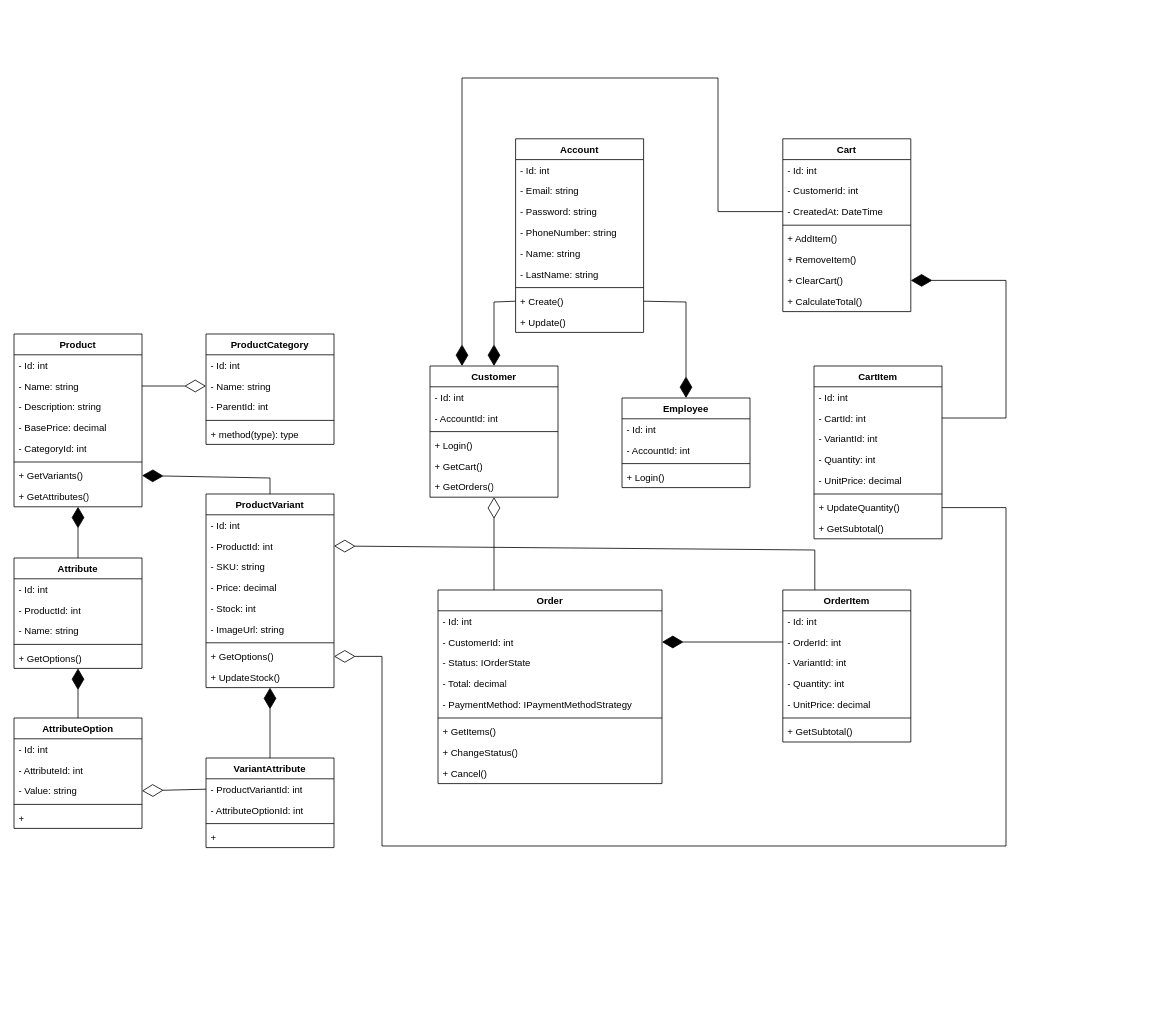
Francisco-Galea/Diagramas-y-Otros keeps this draw.io diagram as Ecommerce diagramm.drawio. Above is the earlier version. Source tidied: cells renumbered, new cells numbered last; positions are measured from the earlier drawing's top-left corner, leaving out a move shared by most shapes. Both pictures are drawn from the tidied source at 80%, with x=0, y=0 at pixel (14, 78).
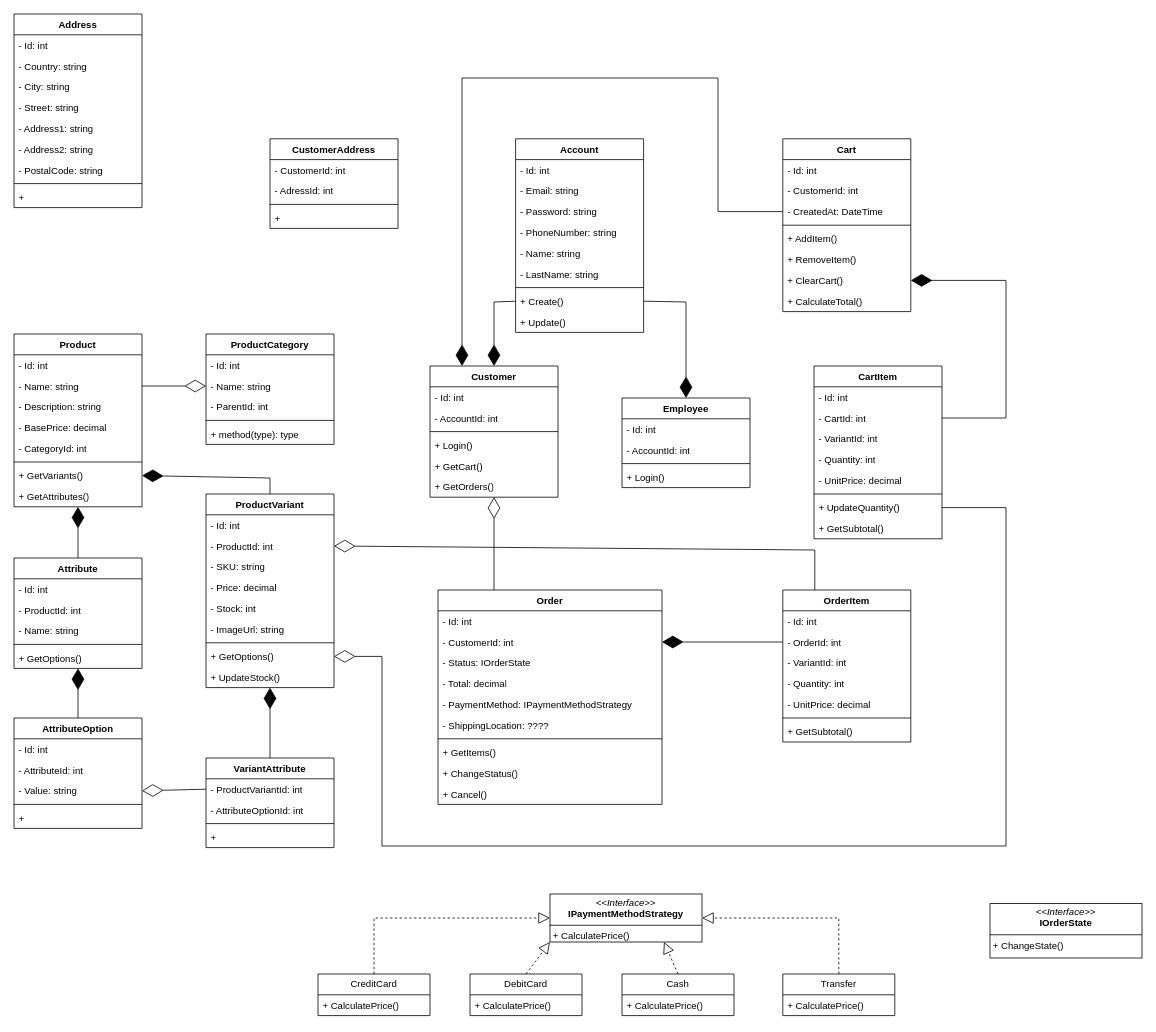
The same diagram, later.

The edit, as a diff of the source:
```diff
@@
     <mxCell id="90" value="Order" style="swimlane;fontStyle=1;align=center;verticalAlign=top;horizontal=1;startSize=26;whiteSpace=wrap;html=1;" parent="1" vertex="1">
-      <mxGeometry x="530" y="640" width="280" height="242" as="geometry" />
+      <mxGeometry x="530" y="640" width="280" height="268" as="geometry" />
     </mxCell>
@@
+    <mxCell id="116" value="- ShippingLocation: ????&amp;nbsp;" style="text;strokeColor=none;fillColor=none;align=left;verticalAlign=top;spacingLeft=4;spacingRight=4;overflow=hidden;whiteSpace=wrap;html=1;" parent="90" vertex="1">
+      <mxGeometry y="156" width="280" height="26" as="geometry" />
+    </mxCell>
     <mxCell id="96" style="line;strokeWidth=1;fillColor=none;align=left;verticalAlign=middle;spacingTop=-1;spacingLeft=3;spacingRight=3;labelPosition=right;strokeColor=inherit;" parent="90" vertex="1">
-      <mxGeometry y="156" width="280" height="8" as="geometry" />
+      <mxGeometry y="182" width="280" height="8" as="geometry" />
     </mxCell>
     <mxCell id="97" value="+ GetItems()" style="text;strokeColor=none;fillColor=none;align=left;verticalAlign=top;spacingLeft=4;spacingRight=4;overflow=hidden;whiteSpace=wrap;html=1;" parent="90" vertex="1">
-      <mxGeometry y="164" width="280" height="26" as="geometry" />
+      <mxGeometry y="190" width="280" height="26" as="geometry" />
     </mxCell>
     <mxCell id="98" value="+ ChangeStatus()" style="text;strokeColor=none;fillColor=none;align=left;verticalAlign=top;spacingLeft=4;spacingRight=4;overflow=hidden;whiteSpace=wrap;html=1;" parent="90" vertex="1">
-      <mxGeometry y="190" width="280" height="26" as="geometry" />
+      <mxGeometry y="216" width="280" height="26" as="geometry" />
     </mxCell>
     <mxCell id="99" value="+ Cancel()" style="text;strokeColor=none;fillColor=none;align=left;verticalAlign=top;spacingLeft=4;spacingRight=4;overflow=hidden;whiteSpace=wrap;html=1;" parent="90" vertex="1">
-      <mxGeometry y="216" width="280" height="26" as="geometry" />
+      <mxGeometry y="242" width="280" height="26" as="geometry" />
     </mxCell>
@@
+    <mxCell id="117" value="&lt;p style=&quot;margin:0px;margin-top:4px;text-align:center;&quot;&gt;&lt;i&gt;&amp;lt;&amp;lt;Interface&amp;gt;&amp;gt;&lt;/i&gt;&lt;br&gt;&lt;b&gt;IPaymentMethodStrategy&lt;/b&gt;&lt;/p&gt;&lt;hr size=&quot;1&quot; style=&quot;border-style:solid;&quot;&gt;&lt;p style=&quot;margin:0px;margin-left:4px;&quot;&gt;+ CalculatePrice()&lt;/p&gt;" style="verticalAlign=top;align=left;overflow=fill;html=1;whiteSpace=wrap;" parent="1" vertex="1">
+      <mxGeometry x="670" y="1020" width="190" height="60" as="geometry" />
+    </mxCell>
+    <mxCell id="118" value="CreditCard" style="swimlane;fontStyle=0;horizontal=1;startSize=26;fillColor=none;whiteSpace=wrap;html=1;" parent="1" vertex="1">
+      <mxGeometry x="380" y="1120" width="140" height="52" as="geometry" />
+    </mxCell>
+    <mxCell id="119" value="+ CalculatePrice()" style="text;strokeColor=none;fillColor=none;align=left;verticalAlign=top;spacingLeft=4;spacingRight=4;overflow=hidden;whiteSpace=wrap;html=1;" parent="118" vertex="1">
+      <mxGeometry y="26" width="140" height="26" as="geometry" />
+    </mxCell>
+    <mxCell id="120" value="DebitCard" style="swimlane;fontStyle=0;horizontal=1;startSize=26;fillColor=none;whiteSpace=wrap;html=1;" parent="1" vertex="1">
+      <mxGeometry x="570" y="1120" width="140" height="52" as="geometry" />
+    </mxCell>
+    <mxCell id="121" value="+ CalculatePrice()" style="text;strokeColor=none;fillColor=none;align=left;verticalAlign=top;spacingLeft=4;spacingRight=4;overflow=hidden;whiteSpace=wrap;html=1;" parent="120" vertex="1">
+      <mxGeometry y="26" width="140" height="26" as="geometry" />
+    </mxCell>
+    <mxCell id="122" value="Cash" style="swimlane;fontStyle=0;horizontal=1;startSize=26;fillColor=none;whiteSpace=wrap;html=1;" parent="1" vertex="1">
+      <mxGeometry x="760" y="1120" width="140" height="52" as="geometry" />
+    </mxCell>
+    <mxCell id="123" value="+ CalculatePrice()" style="text;strokeColor=none;fillColor=none;align=left;verticalAlign=top;spacingLeft=4;spacingRight=4;overflow=hidden;whiteSpace=wrap;html=1;" parent="122" vertex="1">
+      <mxGeometry y="26" width="140" height="26" as="geometry" />
+    </mxCell>
+    <mxCell id="124" value="Transfer" style="swimlane;fontStyle=0;horizontal=1;startSize=26;fillColor=none;whiteSpace=wrap;html=1;" parent="1" vertex="1">
+      <mxGeometry x="961" y="1120" width="140" height="52" as="geometry" />
+    </mxCell>
+    <mxCell id="125" value="+ CalculatePrice()" style="text;strokeColor=none;fillColor=none;align=left;verticalAlign=top;spacingLeft=4;spacingRight=4;overflow=hidden;whiteSpace=wrap;html=1;" parent="124" vertex="1">
+      <mxGeometry y="26" width="140" height="26" as="geometry" />
+    </mxCell>
+    <mxCell id="126" style="endArrow=block;dashed=1;endFill=0;endSize=12;html=1;rounded=0;entryX=0;entryY=0.5;entryDx=0;entryDy=0;exitX=0.5;exitY=0;exitDx=0;exitDy=0;" parent="1" edge="1" source="118" target="117">
+      <mxGeometry relative="1" as="geometry">
+        <Array as="points">
+          <mxPoint x="450" y="1050" />
+        </Array>
+      </mxGeometry>
+    </mxCell>
+    <mxCell id="127" style="endArrow=block;dashed=1;endFill=0;endSize=12;html=1;rounded=0;entryX=0;entryY=1;entryDx=0;entryDy=0;exitX=0.5;exitY=0;exitDx=0;exitDy=0;" parent="1" edge="1" source="120" target="117">
+      <mxGeometry relative="1" as="geometry" />
+    </mxCell>
+    <mxCell id="128" style="endArrow=block;dashed=1;endFill=0;endSize=12;html=1;rounded=0;entryX=0.75;entryY=1;entryDx=0;entryDy=0;exitX=0.5;exitY=0;exitDx=0;exitDy=0;" parent="1" edge="1" source="122" target="117">
+      <mxGeometry relative="1" as="geometry" />
+    </mxCell>
+    <mxCell id="129" style="endArrow=block;dashed=1;endFill=0;endSize=12;html=1;rounded=0;entryX=1;entryY=0.5;entryDx=0;entryDy=0;exitX=0.5;exitY=0;exitDx=0;exitDy=0;" parent="1" edge="1" source="124" target="117">
+      <mxGeometry relative="1" as="geometry">
+        <Array as="points">
+          <mxPoint x="1031" y="1050" />
+        </Array>
+      </mxGeometry>
+    </mxCell>
+    <mxCell id="130" value="&lt;p style=&quot;margin:0px;margin-top:4px;text-align:center;&quot;&gt;&lt;i&gt;&amp;lt;&amp;lt;Interface&amp;gt;&amp;gt;&lt;/i&gt;&lt;br&gt;&lt;b&gt;IOrderState&lt;/b&gt;&lt;/p&gt;&lt;hr size=&quot;1&quot; style=&quot;border-style:solid;&quot;&gt;&lt;p style=&quot;margin:0px;margin-left:4px;&quot;&gt;+ ChangeState()&lt;/p&gt;" style="verticalAlign=top;align=left;overflow=fill;html=1;whiteSpace=wrap;" parent="1" vertex="1">
+      <mxGeometry x="1220" y="1032" width="190" height="68" as="geometry" />
+    </mxCell>
+    <mxCell id="131" value="CustomerAddress" style="swimlane;fontStyle=1;align=center;verticalAlign=top;horizontal=1;startSize=26;whiteSpace=wrap;html=1;" parent="1" vertex="1">
+      <mxGeometry x="320" y="76" width="160" height="112" as="geometry" />
+    </mxCell>
+    <mxCell id="132" value="- CustomerId: int" style="text;strokeColor=none;fillColor=none;align=left;verticalAlign=top;spacingLeft=4;spacingRight=4;overflow=hidden;whiteSpace=wrap;html=1;" parent="131" vertex="1">
+      <mxGeometry y="26" width="160" height="26" as="geometry" />
+    </mxCell>
+    <mxCell id="133" value="- AdressId: int" style="text;strokeColor=none;fillColor=none;align=left;verticalAlign=top;spacingLeft=4;spacingRight=4;overflow=hidden;whiteSpace=wrap;html=1;" parent="131" vertex="1">
+      <mxGeometry y="52" width="160" height="26" as="geometry" />
+    </mxCell>
+    <mxCell id="134" style="line;strokeWidth=1;fillColor=none;align=left;verticalAlign=middle;spacingTop=-1;spacingLeft=3;spacingRight=3;labelPosition=right;strokeColor=inherit;" parent="131" vertex="1">
+      <mxGeometry y="78" width="160" height="8" as="geometry" />
+    </mxCell>
+    <mxCell id="135" value="+" style="text;strokeColor=none;fillColor=none;align=left;verticalAlign=top;spacingLeft=4;spacingRight=4;overflow=hidden;whiteSpace=wrap;html=1;" parent="131" vertex="1">
+      <mxGeometry y="86" width="160" height="26" as="geometry" />
+    </mxCell>
+    <mxCell id="136" value="Address" style="swimlane;fontStyle=1;align=center;verticalAlign=top;horizontal=1;startSize=26;whiteSpace=wrap;html=1;" parent="1" vertex="1">
+      <mxGeometry y="-80" width="160" height="242" as="geometry" />
+    </mxCell>
+    <mxCell id="137" value="- Id: int" style="text;strokeColor=none;fillColor=none;align=left;verticalAlign=top;spacingLeft=4;spacingRight=4;overflow=hidden;whiteSpace=wrap;html=1;" parent="136" vertex="1">
+      <mxGeometry y="26" width="160" height="26" as="geometry" />
+    </mxCell>
+    <mxCell id="138" value="- Country: string" style="text;strokeColor=none;fillColor=none;align=left;verticalAlign=top;spacingLeft=4;spacingRight=4;overflow=hidden;whiteSpace=wrap;html=1;" parent="136" vertex="1">
+      <mxGeometry y="52" width="160" height="26" as="geometry" />
+    </mxCell>
+    <mxCell id="139" value="- City: string" style="text;strokeColor=none;fillColor=none;align=left;verticalAlign=top;spacingLeft=4;spacingRight=4;overflow=hidden;whiteSpace=wrap;html=1;" parent="136" vertex="1">
+      <mxGeometry y="78" width="160" height="26" as="geometry" />
+    </mxCell>
+    <mxCell id="140" value="- Street: string" style="text;strokeColor=none;fillColor=none;align=left;verticalAlign=top;spacingLeft=4;spacingRight=4;overflow=hidden;whiteSpace=wrap;html=1;" parent="136" vertex="1">
+      <mxGeometry y="104" width="160" height="26" as="geometry" />
+    </mxCell>
+    <mxCell id="141" value="- Address1: string" style="text;strokeColor=none;fillColor=none;align=left;verticalAlign=top;spacingLeft=4;spacingRight=4;overflow=hidden;whiteSpace=wrap;html=1;" parent="136" vertex="1">
+      <mxGeometry y="130" width="160" height="26" as="geometry" />
+    </mxCell>
+    <mxCell id="142" value="- Address2: string" style="text;strokeColor=none;fillColor=none;align=left;verticalAlign=top;spacingLeft=4;spacingRight=4;overflow=hidden;whiteSpace=wrap;html=1;" parent="136" vertex="1">
+      <mxGeometry y="156" width="160" height="26" as="geometry" />
+    </mxCell>
+    <mxCell id="143" value="- PostalCode: string" style="text;strokeColor=none;fillColor=none;align=left;verticalAlign=top;spacingLeft=4;spacingRight=4;overflow=hidden;whiteSpace=wrap;html=1;" parent="136" vertex="1">
+      <mxGeometry y="182" width="160" height="26" as="geometry" />
+    </mxCell>
+    <mxCell id="144" style="line;strokeWidth=1;fillColor=none;align=left;verticalAlign=middle;spacingTop=-1;spacingLeft=3;spacingRight=3;labelPosition=right;strokeColor=inherit;" parent="136" vertex="1">
+      <mxGeometry y="208" width="160" height="8" as="geometry" />
+    </mxCell>
+    <mxCell id="145" value="+" style="text;strokeColor=none;fillColor=none;align=left;verticalAlign=top;spacingLeft=4;spacingRight=4;overflow=hidden;whiteSpace=wrap;html=1;" parent="136" vertex="1">
+      <mxGeometry y="216" width="160" height="26" as="geometry" />
+    </mxCell>
```
